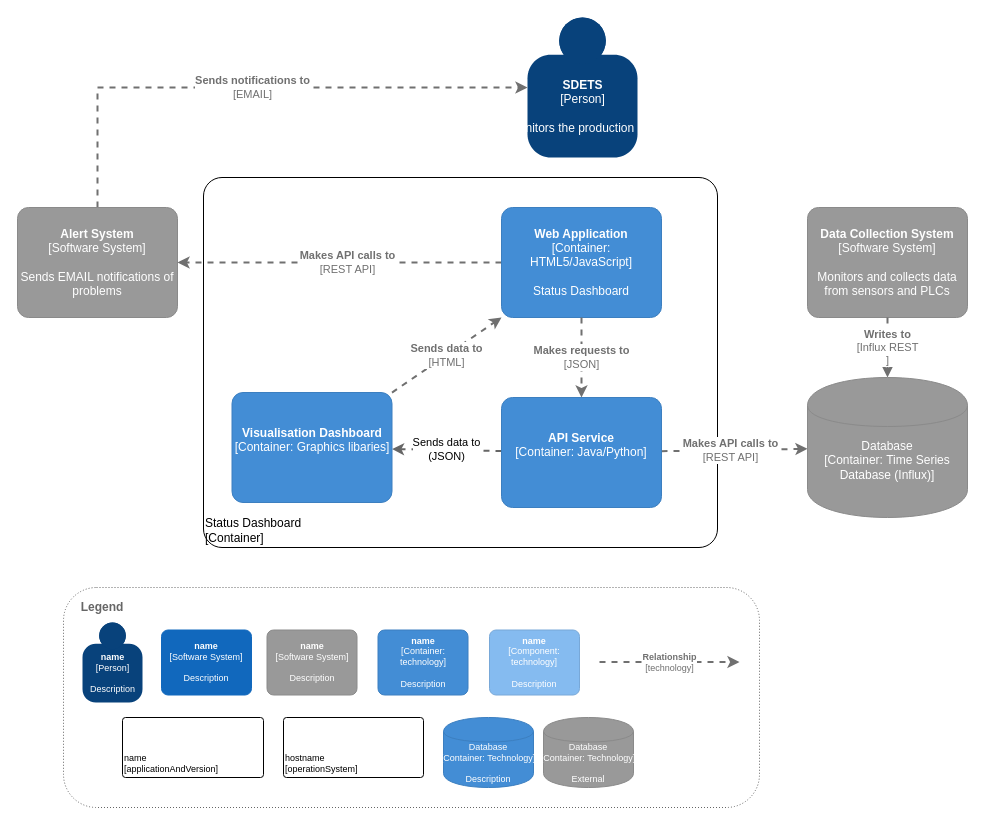
Before: page "Container" (2 of 4) of Automation Catalogue.drawio in Onesmas78/interview, a draw.io diagram. Source tidied: cells renumbered, new cells numbered last; positions are measured from the earlier drawing's top-left corner, leaving out a move shared by most shapes. Both pictures are drawn from the tidied source at 100%, with x=0, y=0 at pixel (17, 17).
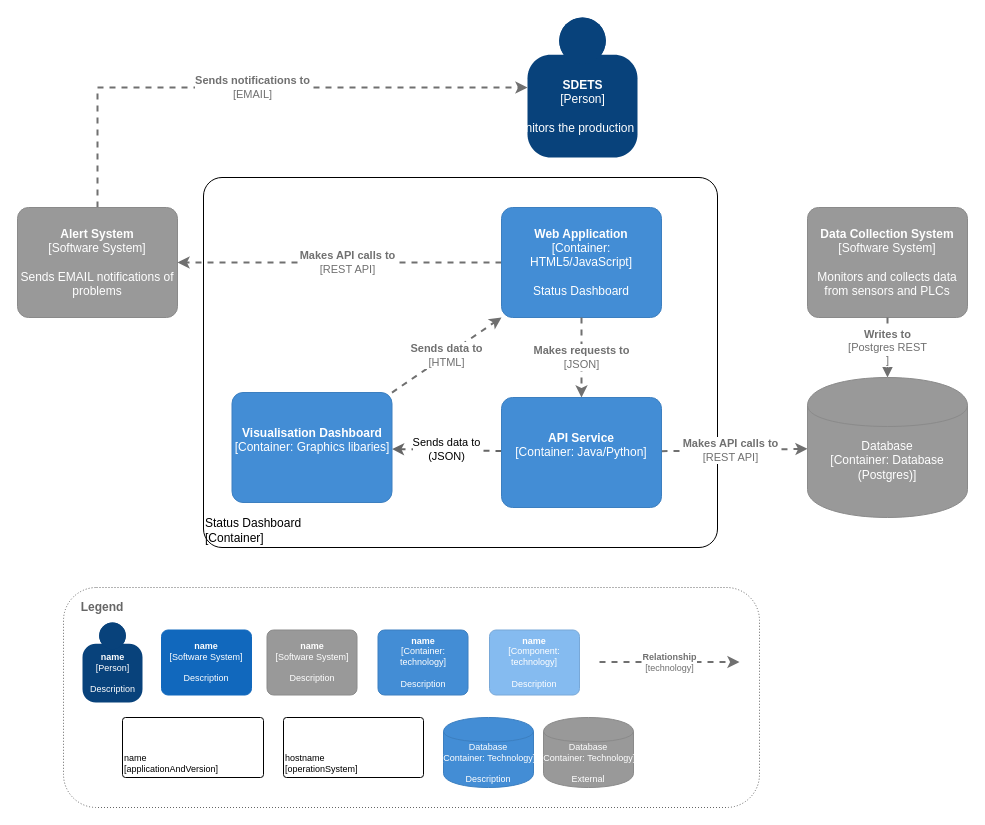
The same page after the edit.

The change refers to these unchanged cells:
```xml
<object id="9" label="&lt;b&gt;%c4Name%&lt;/b&gt;&lt;div&gt;[%c4Type%]&lt;/div&gt;&lt;br&gt;&lt;div&gt;%c4Description%&lt;/div&gt;" c4Description="Monitors and collects data from sensors and PLCs" c4Name="Data Collection System" c4Type="Software System" placeholders="1">
  <mxCell style="rounded=1;whiteSpace=wrap;html=1;labelBackgroundColor=none;fillColor=#999999;fontColor=#ffffff;align=center;arcSize=10;strokeColor=#8A8A8A;metaData={&quot;c4Type&quot;:{&quot;editable&quot;:false}};points=[[0.25,0,0],[0.5,0,0],[0.75,0,0],[1,0.25,0],[1,0.5,0],[1,0.75,0],[0.75,1,0],[0.5,1,0],[0.25,1,0],[0,0.75,0],[0,0.5,0],[0,0.25,0]];" parent="1" vertex="1">
    <mxGeometry x="790" y="190" width="160" height="110" as="geometry" />
  </mxCell>
</object>
```

What changed in the source:
```diff
@@
-    <object id="11" label="%c4Type%&lt;div style=&quot;font-size: 12px;&quot;&gt;[Container:&amp;nbsp;%c4Technology%]&lt;/div&gt;&lt;br style=&quot;font-size: 12px;&quot;&gt;&lt;div style=&quot;font-size: 12px;&quot;&gt;%c4Description%&lt;/div&gt;" c4Description="" c4Technology="Time Series Database (Influx)" c4Type="Database" placeholders="1">
+    <object id="11" label="%c4Type%&lt;div style=&quot;font-size: 12px;&quot;&gt;[Container:&amp;nbsp;%c4Technology%]&lt;/div&gt;&lt;br style=&quot;font-size: 12px;&quot;&gt;&lt;div style=&quot;font-size: 12px;&quot;&gt;%c4Description%&lt;/div&gt;" c4Description="" c4Technology="Database (Postgres)" c4Type="Database" placeholders="1">
       <mxCell style="shape=cylinder;whiteSpace=wrap;html=1;boundedLbl=1;rounded=1;labelBackgroundColor=none;fillColor=#999999;fontSize=12;fontColor=#ffffff;align=center;strokeColor=#8A8A8A;points=[[0.5,0,0],[1,0.25,0],[1,0.5,0],[1,0.75,0],[0.5,1,0],[0,0.75,0],[0,0.5,0],[0,0.25,0]];metaData={&quot;c4Type&quot;:{&quot;editable&quot;:false}};arcSize=10;" parent="1" vertex="1">
         <mxGeometry x="790" y="360" width="160" height="140" as="geometry" />
       </mxCell>
     </object>
-    <object id="12" label="&lt;div style=&quot;text-align: left&quot;&gt;&lt;div style=&quot;text-align: center&quot;&gt;&lt;b&gt;%c4Description%&lt;/b&gt;&lt;/div&gt;&lt;div style=&quot;text-align: center&quot;&gt;[%c4Technology%]&lt;/div&gt;&lt;/div&gt;" c4Description="Writes to" c4Technology="Influx REST&#10;" placeholders="1">
+    <object id="12" label="&lt;div style=&quot;text-align: left&quot;&gt;&lt;div style=&quot;text-align: center&quot;&gt;&lt;b&gt;%c4Description%&lt;/b&gt;&lt;/div&gt;&lt;div style=&quot;text-align: center&quot;&gt;[%c4Technology%]&lt;/div&gt;&lt;/div&gt;" c4Description="Writes to" c4Technology="Postgres REST&#10;" placeholders="1">
       <mxCell style="edgeStyle=none;rounded=0;html=1;jettySize=auto;strokeColor=#707070;strokeWidth=2;fontColor=#707070;jumpStyle=none;dashed=1;metaData={&quot;c4Type&quot;:{&quot;editable&quot;:false}};" parent="1" edge="1" source="9" target="11">
         <mxGeometry relative="1" as="geometry" />
       </mxCell>
     </object>
```
